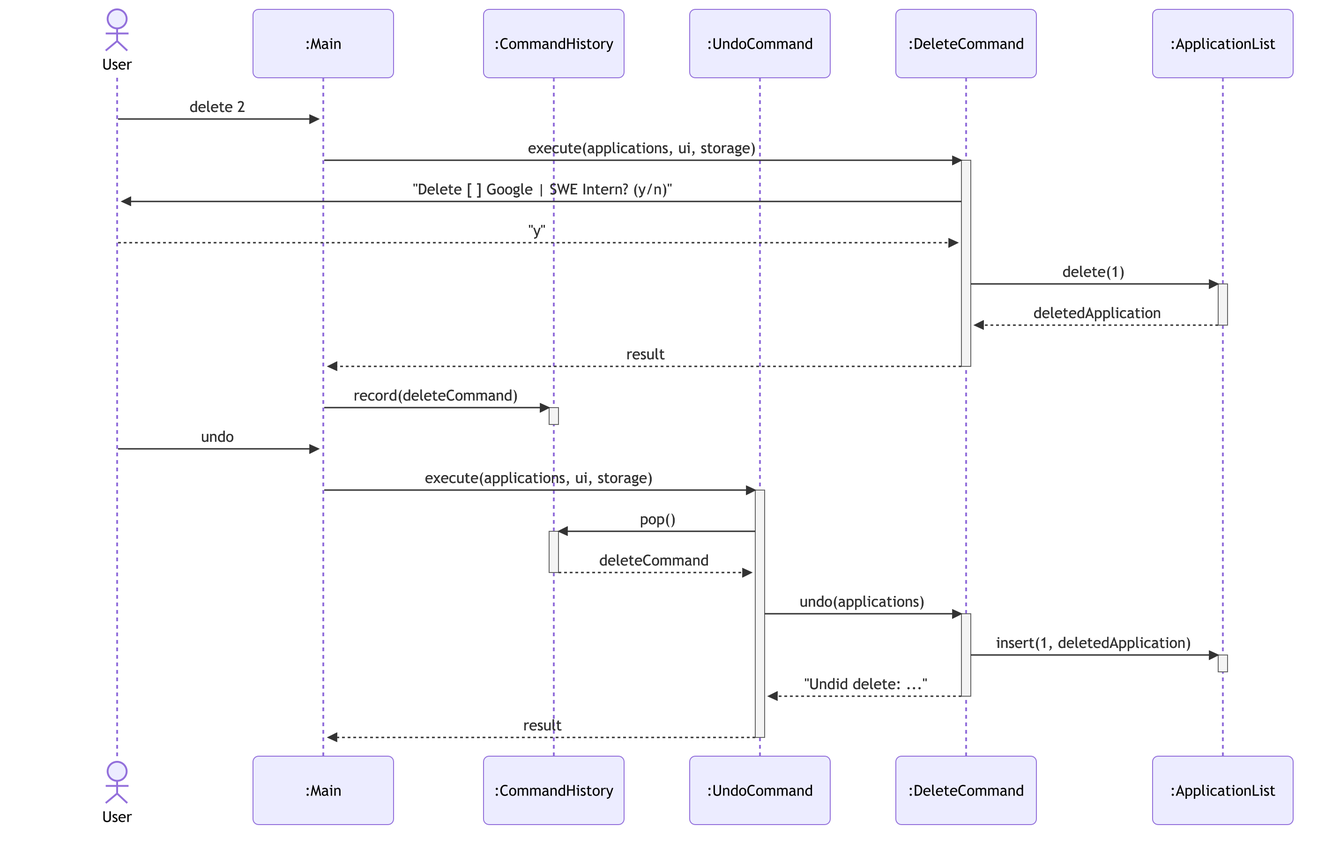
Before: docs/diagrams/delete-confirmation-undo-sequence.png, a diagram exported from Mermaid (AY2627S1-CS2113-T10-2/tp). Its source is kept beside it as docs/diagrams/sources/delete-confirmation-undo-sequence.mmd.
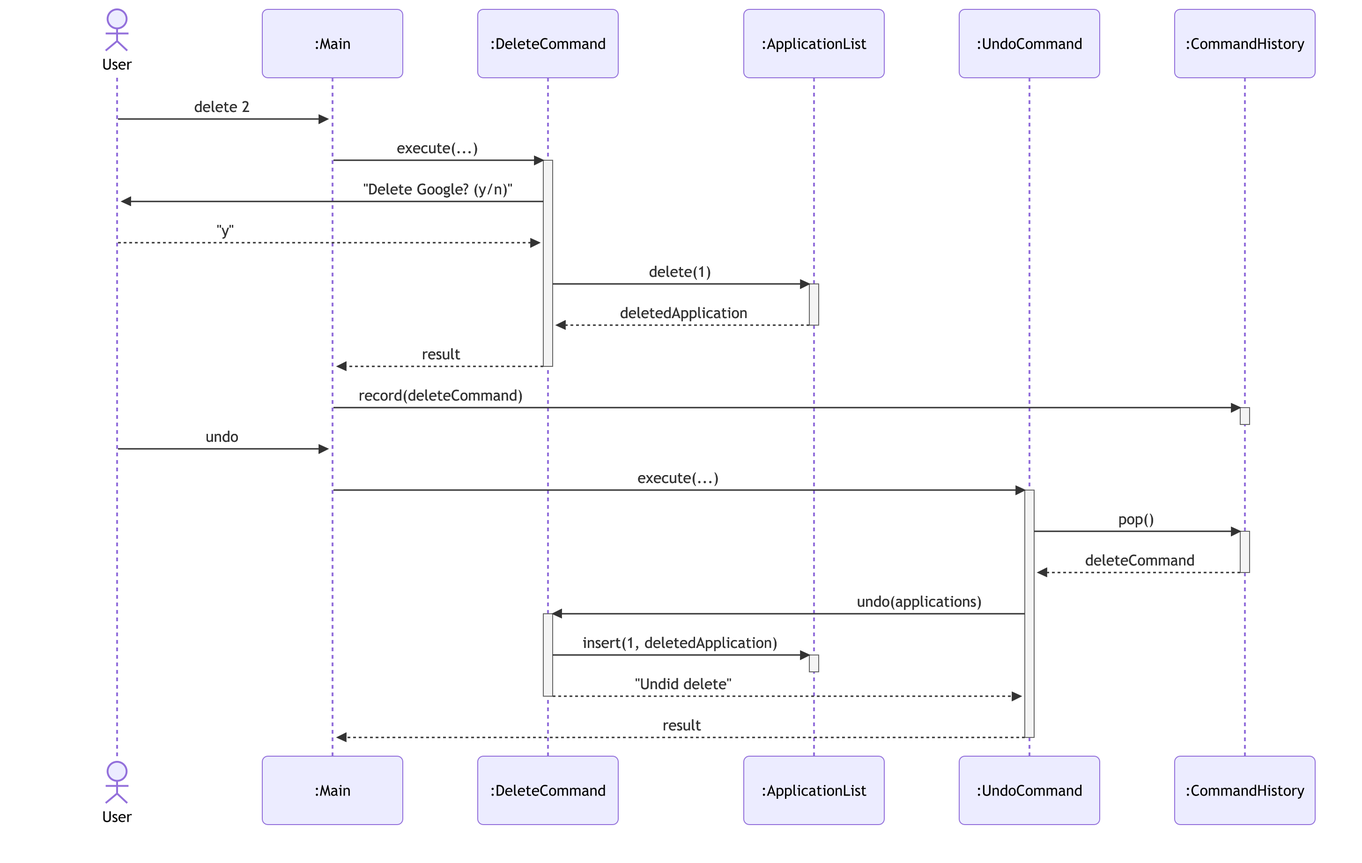
Above is the later version.

The edit, as a diff of the source:
```diff
@@ -1,16 +1,17 @@
-%%{init: {'theme': 'default', 'sequence': {'actorMargin': 70, 'messageMargin': 45}}}%%
+%%{init: {'theme': 'default', 'sequence': {'actorMargin': 85, 'messageMargin': 45}}}%%
+%%{init: {'theme': 'default', 'sequence': {'actorMargin': 80, 'messageMargin': 45}}}%%
 sequenceDiagram
     actor user as User
     participant main as :Main
-    participant history as :CommandHistory
-    participant undo as :UndoCommand
     participant del as :DeleteCommand
     participant list as :ApplicationList
+    participant undo as :UndoCommand
+    participant history as :CommandHistory
 
     user->>main: delete 2
-    main->>del: execute(applications, ui, storage)
+    main->>del: execute(...)
     activate del
-    del->>user: "Delete [ ] Google | SWE Intern? (y/n)"
+    del->>user: "Delete Google? (y/n)"
     user-->>del: "y"
     del->>list: delete(1)
     activate list
@@ -23,7 +24,7 @@
     deactivate history
 
     user->>main: undo
-    main->>undo: execute(applications, ui, storage)
+    main->>undo: execute(...)
     activate undo
     undo->>history: pop()
     activate history
@@ -34,7 +35,7 @@
     del->>list: insert(1, deletedApplication)
     activate list
     deactivate list
-    del-->>undo: "Undid delete: ..."
+    del-->>undo: "Undid delete"
     deactivate del
     undo-->>main: result
     deactivate undo
```
